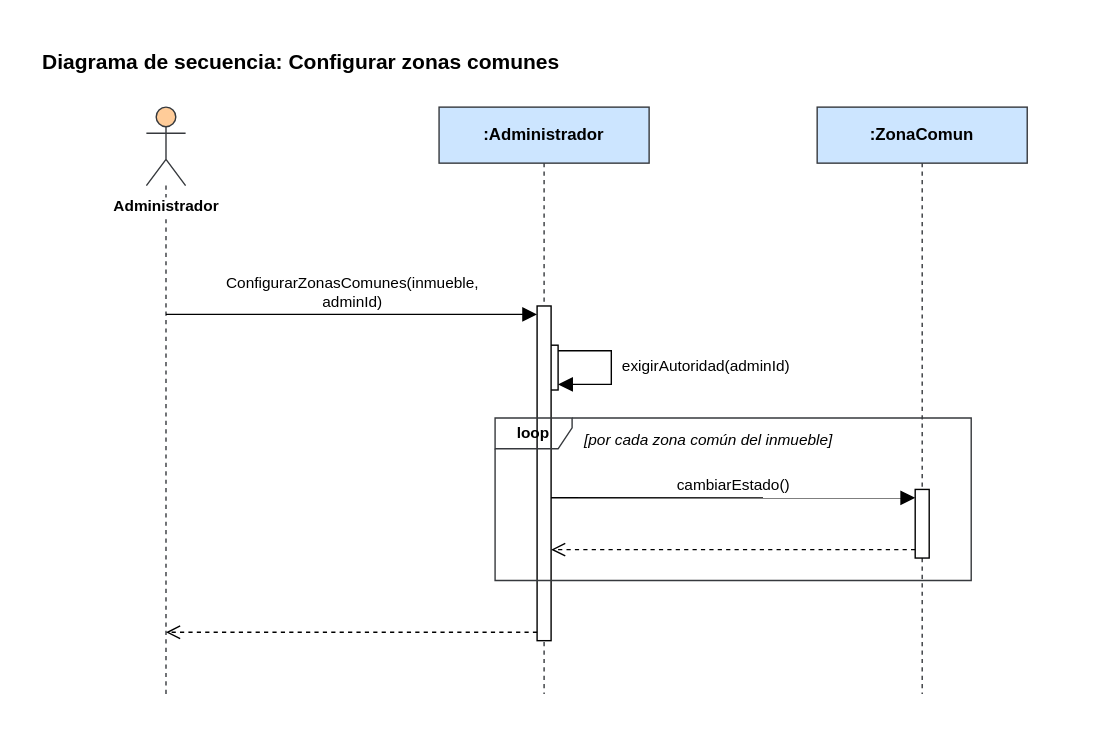
manuel20051208/HorizontalSoftware-Back-End keeps this draw.io diagram as Diagramas/Secuencia/configurar-zonas-comunes.svg. Above is the earlier version. Source tidied: cells renumbered, new cells last; positions are measured from the earlier drawing's top-left corner, leaving out a move shared by most shapes. Its diagram source:
```xml
<mxGraphModel>
  <root>
    <mxCell id="0" />
    <mxCell id="1" parent="0" />
    <mxCell id="2" value="&lt;b&gt;Diagrama de secuencia: Configurar zonas comunes&lt;/b&gt;" style="text;html=1;align=left;verticalAlign=top;whiteSpace=wrap;fontSize=15;" parent="1" vertex="1">
      <mxGeometry width="730" height="26" as="geometry" />
    </mxCell>
    <mxCell id="3" value="Administrador" style="shape=umlLifeline;participant=umlActor;perimeter=lifelinePerimeter;whiteSpace=nowrap;html=1;outlineConnect=0;portConstraint=eastwest;size=56;verticalAlign=top;spacingTop=58;labelBackgroundColor=#ffffff;fontStyle=1;fontSize=11;fillColor=#ffcc99;strokeColor=#36393d;" parent="1" vertex="1">
      <mxGeometry x="76" y="48" width="28" height="419" as="geometry" />
    </mxCell>
    <mxCell id="4" value=":Administrador" style="shape=umlLifeline;perimeter=lifelinePerimeter;whiteSpace=wrap;html=1;fillColor=#cce5ff;strokeColor=#36393d;fontStyle=1;fontSize=12;" parent="1" vertex="1">
      <mxGeometry x="285" y="48" width="150" height="419" as="geometry" />
    </mxCell>
    <mxCell id="5" value=":ZonaComun" style="shape=umlLifeline;perimeter=lifelinePerimeter;whiteSpace=wrap;html=1;fillColor=#cce5ff;strokeColor=#36393d;fontStyle=1;fontSize=12;" parent="1" vertex="1">
      <mxGeometry x="555" y="48" width="150" height="419" as="geometry" />
    </mxCell>
    <mxCell id="6" style="html=1;points=[];perimeter=orthogonalPerimeter;fillColor=#ffffff;strokeColor=#000000;" parent="1" vertex="1">
      <mxGeometry x="360" y="218" width="10" height="32" as="geometry" />
    </mxCell>
    <mxCell id="7" style="html=1;points=[];perimeter=orthogonalPerimeter;fillColor=#ffffff;strokeColor=#000000;" parent="1" vertex="1">
      <mxGeometry x="625" y="321" width="10" height="49" as="geometry" />
    </mxCell>
    <mxCell id="8" style="html=1;points=[];perimeter=orthogonalPerimeter;fillColor=#ffffff;strokeColor=#000000;" parent="1" vertex="1">
      <mxGeometry x="355" y="190" width="10" height="239" as="geometry" />
    </mxCell>
    <mxCell id="9" value="ConfigurarZonasComunes(inmueble,&lt;br&gt;adminId)" style="html=1;verticalAlign=bottom;rounded=0;fontSize=11;strokeColor=#000000;endArrow=block;endFill=1;endSize=8;exitX=0.5000;exitY=0.3532;exitDx=0;exitDy=0;exitPerimeter=0;entryX=0.0000;entryY=0.0251;entryDx=0;entryDy=0;entryPerimeter=0;" parent="1" edge="1" source="3" target="8">
      <mxGeometry relative="1" as="geometry" />
    </mxCell>
    <mxCell id="10" style="html=1;rounded=0;endArrow=block;endFill=1;endSize=8;strokeColor=#000000;exitX=1.0000;exitY=0.1250;exitDx=0;exitDy=0;exitPerimeter=0;entryX=1.0000;entryY=0.8750;entryDx=0;entryDy=0;entryPerimeter=0;" parent="1" edge="1" source="6" target="6">
      <mxGeometry relative="1" as="geometry">
        <Array as="points">
          <mxPoint x="408" y="222" />
          <mxPoint x="408" y="246" />
        </Array>
      </mxGeometry>
    </mxCell>
    <mxCell id="11" value="cambiarEstado()" style="html=1;verticalAlign=bottom;rounded=0;fontSize=11;strokeColor=#000000;endArrow=block;endFill=1;endSize=8;exitX=1.0000;exitY=0.5732;exitDx=0;exitDy=0;exitPerimeter=0;entryX=0.0000;entryY=0.1224;entryDx=0;entryDy=0;entryPerimeter=0;" parent="1" edge="1" source="8" target="7">
      <mxGeometry relative="1" as="geometry" />
    </mxCell>
    <mxCell id="12" style="html=1;verticalAlign=bottom;rounded=0;fontSize=11;strokeColor=#000000;dashed=1;endArrow=open;endFill=0;endSize=8;exitX=0.0000;exitY=0.8776;exitDx=0;exitDy=0;exitPerimeter=0;entryX=1.0000;entryY=0.7280;entryDx=0;entryDy=0;entryPerimeter=0;" parent="1" edge="1" source="7" target="8">
      <mxGeometry relative="1" as="geometry" />
    </mxCell>
    <mxCell id="13" style="html=1;verticalAlign=bottom;rounded=0;fontSize=11;strokeColor=#000000;dashed=1;endArrow=open;endFill=0;endSize=8;exitX=0.0000;exitY=0.9749;exitDx=0;exitDy=0;exitPerimeter=0;entryX=0.5000;entryY=0.8950;entryDx=0;entryDy=0;entryPerimeter=0;" parent="1" edge="1" source="8" target="3">
      <mxGeometry relative="1" as="geometry" />
    </mxCell>
    <mxCell id="14" value="exigirAutoridad(adminId)" style="text;html=1;align=left;verticalAlign=top;whiteSpace=wrap;overflow=hidden;fontSize=11;" parent="1" vertex="1">
      <mxGeometry x="414" y="220" width="185" height="28" as="geometry" />
    </mxCell>
    <mxCell id="15" value="loop" style="shape=umlFrame;whiteSpace=wrap;html=1;fillColor=none;strokeColor=#36393d;fontStyle=1;fontSize=11;width=55;height=22;" parent="1" vertex="1">
      <mxGeometry x="325" y="270" width="340" height="116" as="geometry" />
    </mxCell>
    <mxCell id="16" value="[por cada zona común del inmueble]" style="text;html=1;align=left;verticalAlign=top;whiteSpace=wrap;fontSize=11;fontStyle=2;" parent="1" vertex="1">
      <mxGeometry x="387" y="273" width="270" height="22" as="geometry" />
    </mxCell>
  </root>
</mxGraphModel>
```
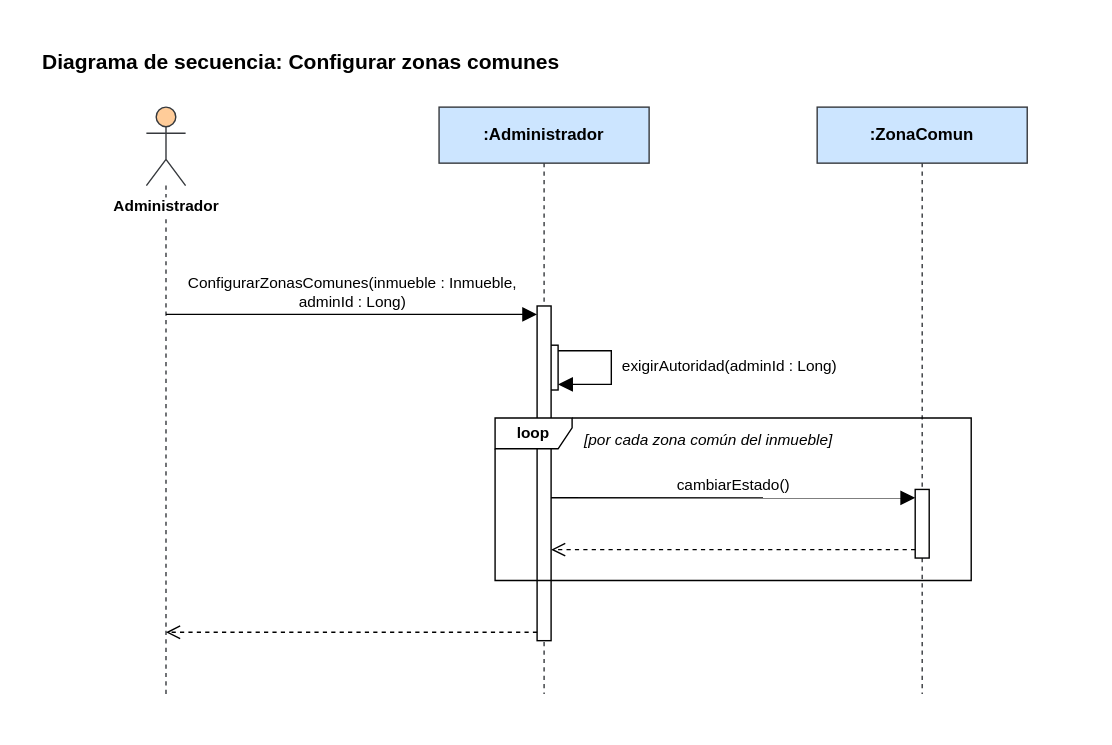
After the commit.

The edit, as a diff of the source:
```diff
@@ -23,7 +23,7 @@
     <mxCell id="8" style="html=1;points=[];perimeter=orthogonalPerimeter;fillColor=#ffffff;strokeColor=#000000;" parent="1" vertex="1">
       <mxGeometry x="355" y="190" width="10" height="239" as="geometry" />
     </mxCell>
-    <mxCell id="9" value="ConfigurarZonasComunes(inmueble,&lt;br&gt;adminId)" style="html=1;verticalAlign=bottom;rounded=0;fontSize=11;strokeColor=#000000;endArrow=block;endFill=1;endSize=8;exitX=0.5000;exitY=0.3532;exitDx=0;exitDy=0;exitPerimeter=0;entryX=0.0000;entryY=0.0251;entryDx=0;entryDy=0;entryPerimeter=0;" parent="1" edge="1" source="3" target="8">
+    <mxCell id="9" value="ConfigurarZonasComunes(inmueble : Inmueble,&lt;br&gt;adminId : Long)" style="html=1;verticalAlign=bottom;rounded=0;fontSize=11;strokeColor=#000000;endArrow=block;endFill=1;endSize=8;exitX=0.5000;exitY=0.3532;exitDx=0;exitDy=0;exitPerimeter=0;entryX=0.0000;entryY=0.0251;entryDx=0;entryDy=0;entryPerimeter=0;" parent="1" edge="1" source="3" target="8">
       <mxGeometry relative="1" as="geometry" />
     </mxCell>
     <mxCell id="10" style="html=1;rounded=0;endArrow=block;endFill=1;endSize=8;strokeColor=#000000;exitX=1.0000;exitY=0.1250;exitDx=0;exitDy=0;exitPerimeter=0;entryX=1.0000;entryY=0.8750;entryDx=0;entryDy=0;entryPerimeter=0;" parent="1" edge="1" source="6" target="6">
@@ -43,10 +43,10 @@
     <mxCell id="13" style="html=1;verticalAlign=bottom;rounded=0;fontSize=11;strokeColor=#000000;dashed=1;endArrow=open;endFill=0;endSize=8;exitX=0.0000;exitY=0.9749;exitDx=0;exitDy=0;exitPerimeter=0;entryX=0.5000;entryY=0.8950;entryDx=0;entryDy=0;entryPerimeter=0;" parent="1" edge="1" source="8" target="3">
       <mxGeometry relative="1" as="geometry" />
     </mxCell>
-    <mxCell id="14" value="exigirAutoridad(adminId)" style="text;html=1;align=left;verticalAlign=top;whiteSpace=wrap;overflow=hidden;fontSize=11;" parent="1" vertex="1">
+    <mxCell id="14" value="exigirAutoridad(adminId : Long)" style="text;html=1;align=left;verticalAlign=top;whiteSpace=wrap;overflow=hidden;fontSize=11;" parent="1" vertex="1">
       <mxGeometry x="414" y="220" width="185" height="28" as="geometry" />
     </mxCell>
-    <mxCell id="15" value="loop" style="shape=umlFrame;whiteSpace=wrap;html=1;fillColor=none;strokeColor=#36393d;fontStyle=1;fontSize=11;width=55;height=22;" parent="1" vertex="1">
+    <mxCell id="15" value="loop" style="shape=umlFrame;whiteSpace=wrap;html=1;fontStyle=1;fontSize=11;width=55;height=22;" parent="1" vertex="1">
       <mxGeometry x="325" y="270" width="340" height="116" as="geometry" />
     </mxCell>
     <mxCell id="16" value="[por cada zona común del inmueble]" style="text;html=1;align=left;verticalAlign=top;whiteSpace=wrap;fontSize=11;fontStyle=2;" parent="1" vertex="1">
```
